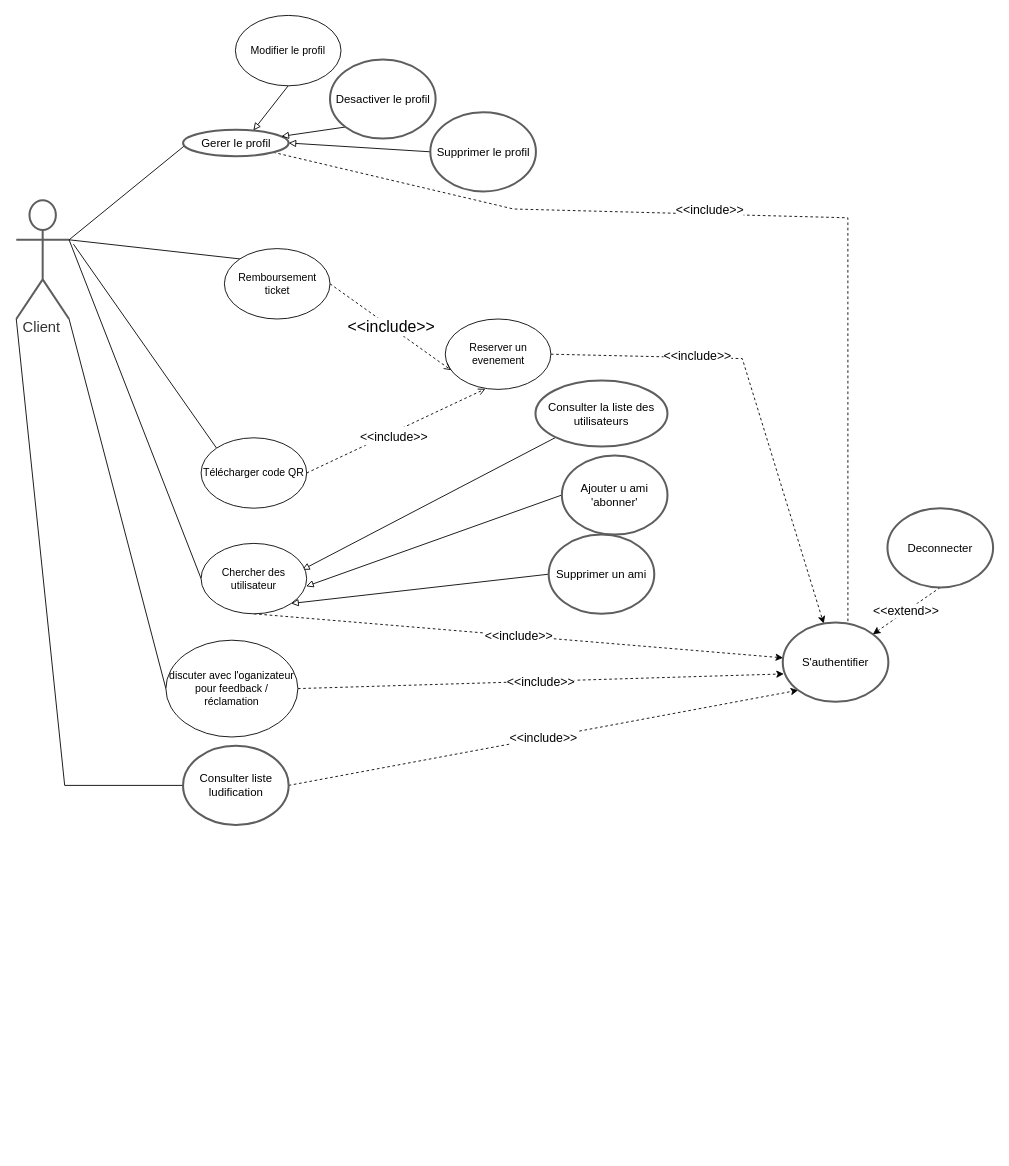
Earlier version of the draw.io diagram Digram de Classe/Diagramme sans nom.drawio (mohamedimem/event-). Source tidied: cells renumbered, new cells numbered last; positions are measured from the earlier drawing's top-left corner, leaving out a move shared by most shapes. Both pictures are drawn from the tidied source at 88%, with x=0, y=0 at pixel (16, 15).
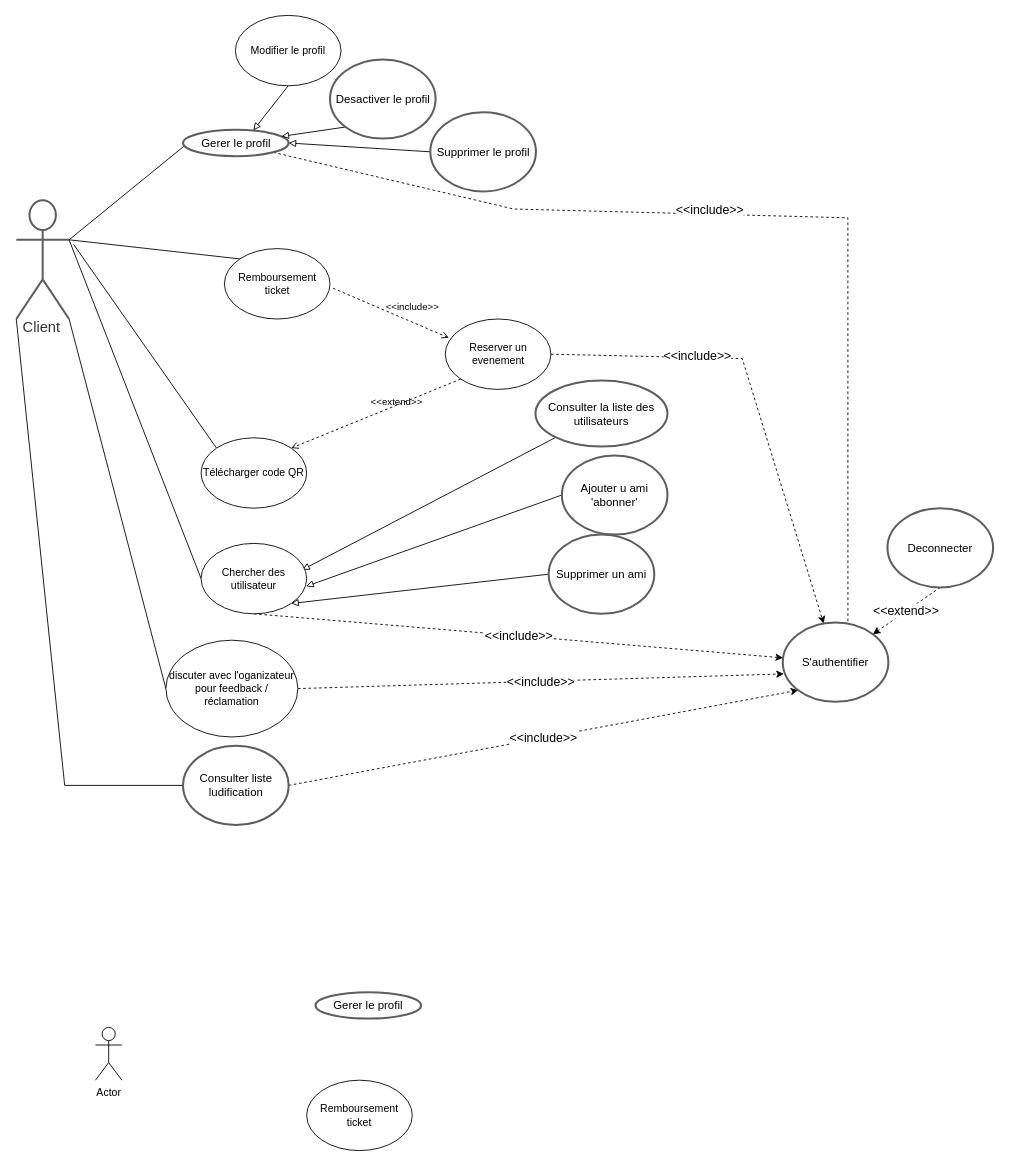
Above is the later version.

Commit message (it also covers changes not shown here):
Mettre à jour Diagramme sans nom.drawio

The change refers to these unchanged cells:
```xml
<mxCell id="24" value="Reserver un evenement" style="ellipse;whiteSpace=wrap;html=1;" parent="1" vertex="1">
  <mxGeometry x="487.5" y="345" width="120" height="80" as="geometry" />
</mxCell>
<mxCell id="26" value="Remboursement ticket" style="ellipse;whiteSpace=wrap;html=1;" parent="1" vertex="1">
  <mxGeometry x="236.5" y="265" width="120" height="80" as="geometry" />
</mxCell>
<mxCell id="29" value="Télécharger code QR" style="ellipse;whiteSpace=wrap;html=1;" parent="1" vertex="1">
  <mxGeometry x="210" y="480" width="120" height="80" as="geometry" />
</mxCell>
```

Change to the diagram source:
```diff
@@
-    <mxCell id="25" value="&amp;lt;&amp;lt;include&amp;gt;&amp;gt;" style="edgeStyle=none;rounded=0;jettySize=auto;html=1;exitX=1;exitY=0.5;exitDx=0;exitDy=0;entryX=0.056;entryY=0.727;entryDx=0;entryDy=0;entryPerimeter=0;dashed=1;fontSize=18;endArrow=open;endFill=0;" parent="1" edge="1" source="26" target="24">
-      <mxGeometry relative="1" as="geometry" />
-    </mxCell>
@@
-    <mxCell id="27" value="&lt;font style=&quot;font-size: 14px;&quot;&gt;&amp;lt;&amp;lt;include&amp;gt;&amp;gt;&lt;br&gt;&lt;/font&gt;" style="edgeStyle=none;rounded=0;jettySize=auto;html=1;exitX=1;exitY=0.5;exitDx=0;exitDy=0;entryX=0.38;entryY=0.992;entryDx=0;entryDy=0;entryPerimeter=0;dashed=1;fontSize=18;endArrow=open;endFill=0;" parent="1" edge="1" source="29" target="24">
-      <mxGeometry x="-0.04" y="-4" relative="1" as="geometry" />
-    </mxCell>
@@
+    <mxCell id="25" value="&amp;lt;&amp;lt;include&amp;gt;&amp;gt;" style="html=1;verticalAlign=bottom;labelBackgroundColor=none;endArrow=open;endFill=0;dashed=1;rounded=0;exitX=1.029;exitY=0.563;exitDx=0;exitDy=0;exitPerimeter=0;entryX=0.034;entryY=0.267;entryDx=0;entryDy=0;entryPerimeter=0;" parent="1" edge="1" source="26" target="24">
+      <mxGeometry x="0.32" y="8" relative="1" as="geometry" />
+    </mxCell>
+    <mxCell id="40" value="Actor" style="shape=umlActor;verticalLabelPosition=bottom;verticalAlign=top;html=1;" parent="1" vertex="1">
+      <mxGeometry x="90" y="1150" width="30" height="60" as="geometry" />
+    </mxCell>
+    <mxCell id="41" value="Remboursement ticket" style="ellipse;whiteSpace=wrap;html=1;" parent="1" vertex="1">
+      <mxGeometry x="330" y="1210" width="120" height="80" as="geometry" />
+    </mxCell>
+    <mxCell id="42" value="Gerer le profil" style="html=1;overflow=block;blockSpacing=1;whiteSpace=wrap;ellipse;fontSize=13;spacing=3.8;strokeColor=#5e5e5e;strokeOpacity=100;rounded=1;absoluteArcSize=1;arcSize=9;strokeWidth=2.3;lucidId=3sitsereLQRn;" parent="1" vertex="1">
+      <mxGeometry x="340" y="1110" width="120" height="30" as="geometry" />
+    </mxCell>
+    <mxCell id="43" value="&amp;lt;&amp;lt;extend&amp;gt;&amp;gt;" style="html=1;verticalAlign=bottom;labelBackgroundColor=none;endArrow=open;endFill=0;dashed=1;rounded=0;entryX=1;entryY=0;entryDx=0;entryDy=0;exitX=0;exitY=1;exitDx=0;exitDy=0;" parent="1" edge="1" source="24" target="29">
+      <mxGeometry x="-0.22" y="5" relative="1" as="geometry" />
+    </mxCell>
```
